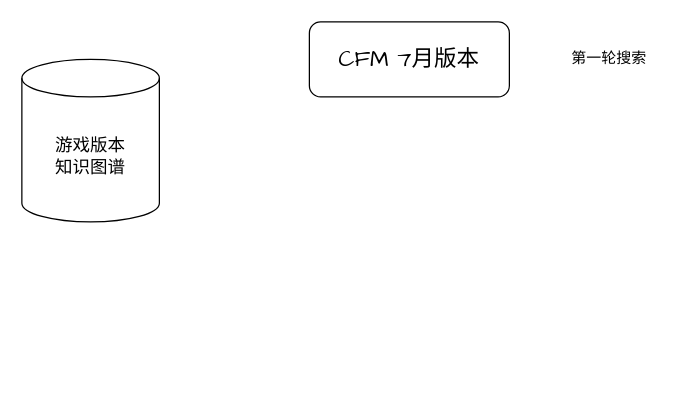
The draw.io diagram 版本库挖掘.drawio in skindhu/9GAG, before the edit. Source tidied: cells renumbered, new cells numbered last; positions are measured from the earlier drawing's top-left corner, leaving out a move shared by most shapes. Both pictures are drawn from the tidied source at 125%, with x=0, y=0 at pixel (21, 21).
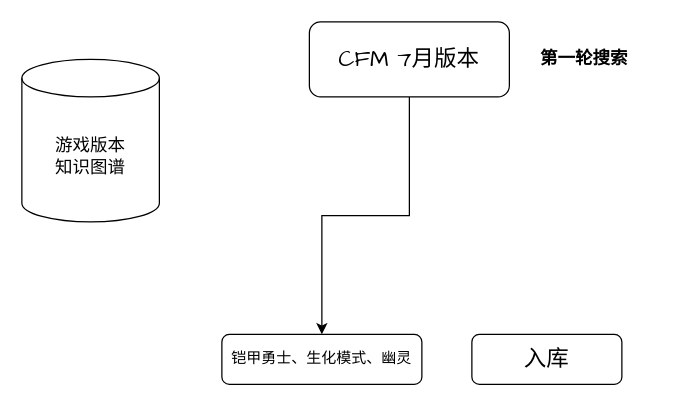
The same page after the edit.

Commit message (it also covers changes not shown here):
更新版本库挖掘.drawio

Change to the diagram source:
```diff
@@
 <mxGraphModel>
   <root>
     <mxCell id="0" />
     <mxCell id="1" parent="0" />
+    <mxCell id="5" style="edgeStyle=orthogonalEdgeStyle;rounded=0;hachureGap=4;jettySize=auto;html=1;fontFamily=Architects Daughter;entryX=0.5;entryY=0;entryDx=0;entryDy=0;" parent="1" edge="1" source="2" target="6">
+      <mxGeometry relative="1" as="geometry" />
+    </mxCell>
     <mxCell id="2" value="&lt;font style=&quot;font-size: 18px;&quot;&gt;CFM 7月版本&lt;/font&gt;" style="rounded=1;whiteSpace=wrap;html=1;hachureGap=4;fontFamily=Architects Daughter;" parent="1" vertex="1">
       <mxGeometry x="230" width="160" height="60" as="geometry" />
     </mxCell>
     <mxCell id="3" value="&lt;font style=&quot;font-size: 14px;&quot;&gt;游戏版本&lt;br&gt;知识图谱&lt;/font&gt;" style="shape=cylinder3;whiteSpace=wrap;html=1;boundedLbl=1;backgroundOutline=1;size=15;hachureGap=4;fontFamily=Architects Daughter;" parent="1" vertex="1">
       <mxGeometry y="30" width="110" height="130" as="geometry" />
     </mxCell>
-    <mxCell id="4" value="第一轮搜索" style="text;html=1;align=center;verticalAlign=middle;whiteSpace=wrap;rounded=0;fontFamily=Architects Daughter;" parent="1" vertex="1">
-      <mxGeometry x="420" y="15" width="100" height="30" as="geometry" />
+    <mxCell id="4" value="&lt;b&gt;&lt;font style=&quot;font-size: 14px;&quot;&gt;第一轮搜索&lt;/font&gt;&lt;/b&gt;" style="text;html=1;align=center;verticalAlign=middle;whiteSpace=wrap;rounded=0;fontFamily=Architects Daughter;" parent="1" vertex="1">
+      <mxGeometry x="400" y="15" width="100" height="30" as="geometry" />
     </mxCell>
+    <mxCell id="6" value="铠甲勇士、生化模式、幽灵" style="rounded=1;whiteSpace=wrap;html=1;hachureGap=4;fontFamily=Architects Daughter;" parent="1" vertex="1">
+      <mxGeometry x="160" y="250" width="160" height="40" as="geometry" />
+    </mxCell>
+    <mxCell id="7" value="&lt;font style=&quot;font-size: 18px;&quot;&gt;入库&lt;/font&gt;" style="rounded=1;whiteSpace=wrap;html=1;hachureGap=4;fontFamily=Architects Daughter;" parent="1" vertex="1">
+      <mxGeometry x="360" y="250" width="120" height="40" as="geometry" />
+    </mxCell>
   </root>
 </mxGraphModel>
```
